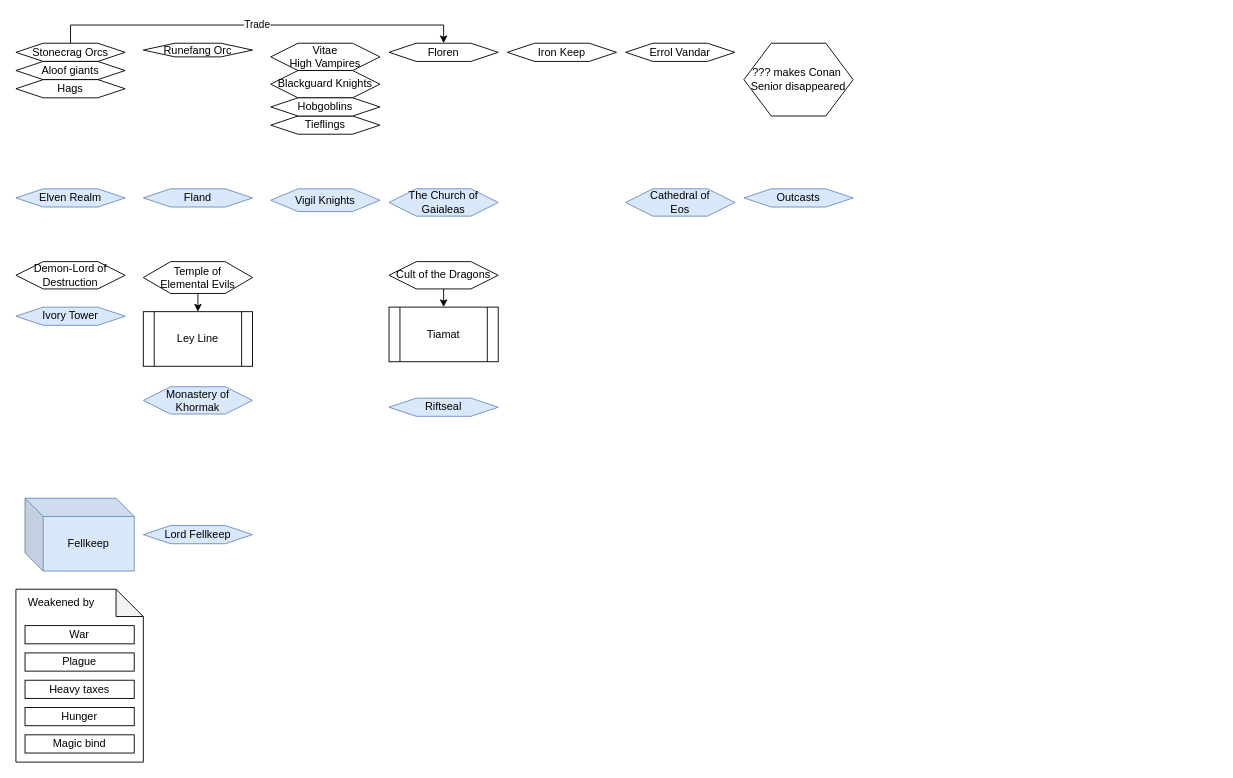
This is Fellkeep.drawio from chrisdianru/DND5e, a draw.io file, before an edit. Source tidied: cells renumbered, new cells numbered last; positions are measured from the earlier drawing's top-left corner, leaving out a move shared by most shapes. Both pictures are drawn from the tidied source at 91%, with x=0, y=0 at pixel (15, 43).
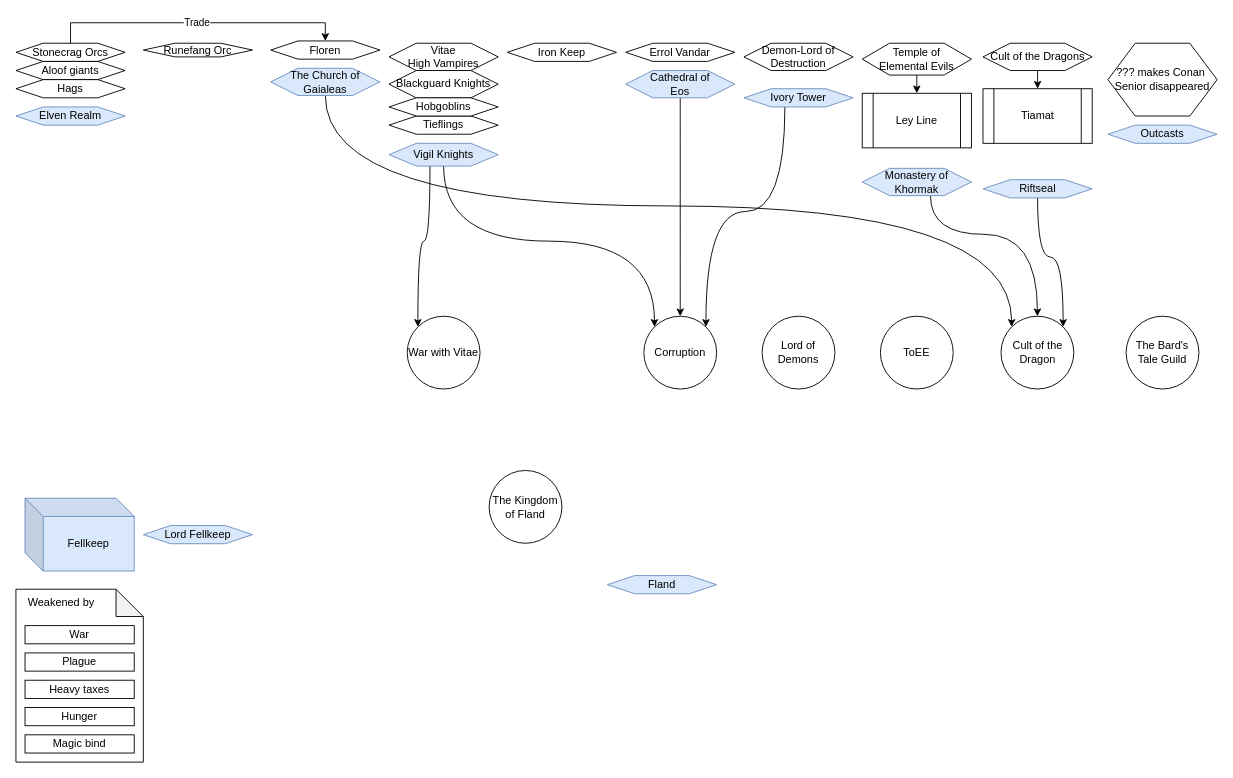
The same diagram, later.

What changed in the source:
```diff
@@
+    <mxCell id="49" style="edgeStyle=orthogonalEdgeStyle;curved=1;rounded=0;jettySize=auto;html=1;exitX=0.625;exitY=1;exitDx=0;exitDy=0;entryX=0.5;entryY=0;entryDx=0;entryDy=0;startArrow=none;startFill=0;" parent="1" edge="1" source="2" target="58">
+      <mxGeometry relative="1" as="geometry">
+        <Array as="points">
+          <mxPoint x="1005" y="210" />
+          <mxPoint x="1123" y="210" />
+        </Array>
+      </mxGeometry>
+    </mxCell>
     <mxCell id="2" value="Monastery of Khormak" style="shape=hexagon;perimeter=hexagonPerimeter2;whiteSpace=wrap;html=1;fillColor=#dae8fc;strokeColor=#6c8ebf;" parent="1" vertex="1">
-      <mxGeometry x="140" y="377.5" width="120" height="30" as="geometry" />
+      <mxGeometry x="930" y="137.5" width="120" height="30" as="geometry" />
     </mxCell>
     <mxCell id="3" value="Demon-Lord of Destruction" style="shape=hexagon;perimeter=hexagonPerimeter2;whiteSpace=wrap;html=1;" parent="1" vertex="1">
-      <mxGeometry y="240" width="120" height="30" as="geometry" />
+      <mxGeometry x="800" width="120" height="30" as="geometry" />
     </mxCell>
@@
+    <mxCell id="50" style="edgeStyle=orthogonalEdgeStyle;curved=1;rounded=0;jettySize=auto;html=1;exitX=0.375;exitY=1;exitDx=0;exitDy=0;entryX=0;entryY=0;entryDx=0;entryDy=0;startArrow=none;startFill=0;" parent="1" edge="1" source="7" target="56">
+      <mxGeometry relative="1" as="geometry" />
+    </mxCell>
+    <mxCell id="51" style="edgeStyle=orthogonalEdgeStyle;curved=1;rounded=0;jettySize=auto;html=1;exitX=0.5;exitY=1;exitDx=0;exitDy=0;entryX=0;entryY=0;entryDx=0;entryDy=0;startArrow=none;startFill=0;" parent="1" edge="1" source="7" target="62">
+      <mxGeometry relative="1" as="geometry" />
+    </mxCell>
     <mxCell id="7" value="Vigil Knights" style="shape=hexagon;perimeter=hexagonPerimeter2;whiteSpace=wrap;html=1;fillColor=#dae8fc;strokeColor=#6c8ebf;" parent="1" vertex="1">
-      <mxGeometry x="280" y="160" width="120" height="25" as="geometry" />
+      <mxGeometry x="410" y="110" width="120" height="25" as="geometry" />
     </mxCell>
     <mxCell id="8" value="Fland" style="shape=hexagon;perimeter=hexagonPerimeter2;whiteSpace=wrap;html=1;fillColor=#dae8fc;strokeColor=#6c8ebf;" parent="1" vertex="1">
-      <mxGeometry x="140" y="160" width="120" height="20" as="geometry" />
+      <mxGeometry x="650" y="585" width="120" height="20" as="geometry" />
     </mxCell>
+    <mxCell id="52" style="edgeStyle=orthogonalEdgeStyle;curved=1;rounded=0;jettySize=auto;html=1;exitX=0.5;exitY=1;exitDx=0;exitDy=0;entryX=1;entryY=0;entryDx=0;entryDy=0;startArrow=none;startFill=0;" parent="1" edge="1" source="9" target="58">
+      <mxGeometry relative="1" as="geometry" />
+    </mxCell>
     <mxCell id="9" value="Riftseal" style="shape=hexagon;perimeter=hexagonPerimeter2;whiteSpace=wrap;html=1;fillColor=#dae8fc;strokeColor=#6c8ebf;" parent="1" vertex="1">
-      <mxGeometry x="410" y="390" width="120" height="20" as="geometry" />
+      <mxGeometry x="1062.7" y="150" width="120" height="20" as="geometry" />
     </mxCell>
     <mxCell id="10" value="Outcasts" style="shape=hexagon;perimeter=hexagonPerimeter2;whiteSpace=wrap;html=1;fillColor=#dae8fc;strokeColor=#6c8ebf;" parent="1" vertex="1">
-      <mxGeometry x="800" y="160" width="120" height="20" as="geometry" />
+      <mxGeometry x="1200" y="90" width="120" height="20" as="geometry" />
     </mxCell>
+    <mxCell id="53" style="edgeStyle=orthogonalEdgeStyle;rounded=0;jettySize=auto;html=1;exitX=0.375;exitY=1;exitDx=0;exitDy=0;entryX=1;entryY=0;entryDx=0;entryDy=0;startArrow=none;startFill=0;curved=1;" parent="1" edge="1" source="11" target="62">
+      <mxGeometry relative="1" as="geometry" />
+    </mxCell>
     <mxCell id="11" value="Ivory Tower" style="shape=hexagon;perimeter=hexagonPerimeter2;whiteSpace=wrap;html=1;fillColor=#dae8fc;strokeColor=#6c8ebf;" parent="1" vertex="1">
-      <mxGeometry y="290" width="120" height="20" as="geometry" />
+      <mxGeometry x="800" y="50" width="120" height="20" as="geometry" />
     </mxCell>
+    <mxCell id="54" style="edgeStyle=orthogonalEdgeStyle;curved=1;rounded=0;jettySize=auto;html=1;exitX=0.5;exitY=1;exitDx=0;exitDy=0;entryX=0;entryY=0;entryDx=0;entryDy=0;startArrow=none;startFill=0;" parent="1" edge="1" source="12" target="58">
+      <mxGeometry relative="1" as="geometry" />
+    </mxCell>
     <mxCell id="12" value="The Church of Gaialeas" style="shape=hexagon;perimeter=hexagonPerimeter2;whiteSpace=wrap;html=1;fillColor=#dae8fc;strokeColor=#6c8ebf;" parent="1" vertex="1">
-      <mxGeometry x="410" y="160" width="120" height="30" as="geometry" />
+      <mxGeometry x="280" y="27.5" width="120" height="30" as="geometry" />
     </mxCell>
@@
+    <mxCell id="55" style="edgeStyle=orthogonalEdgeStyle;curved=1;rounded=0;jettySize=auto;html=1;exitX=0.5;exitY=1;exitDx=0;exitDy=0;entryX=0.5;entryY=0;entryDx=0;entryDy=0;startArrow=none;startFill=0;" parent="1" edge="1" source="14" target="62">
+      <mxGeometry relative="1" as="geometry" />
+    </mxCell>
     <mxCell id="14" value="Cathedral of&lt;br&gt;Eos" style="shape=hexagon;perimeter=hexagonPerimeter2;whiteSpace=wrap;html=1;fillColor=#dae8fc;strokeColor=#6c8ebf;" parent="1" vertex="1">
-      <mxGeometry x="670" y="160" width="120" height="30" as="geometry" />
+      <mxGeometry x="670" y="30" width="120" height="30" as="geometry" />
     </mxCell>
     <mxCell id="15" value="Floren" style="shape=hexagon;perimeter=hexagonPerimeter2;whiteSpace=wrap;html=1;" parent="1" vertex="1">
-      <mxGeometry x="410" width="120" height="20" as="geometry" />
+      <mxGeometry x="280" y="-2.5" width="120" height="20" as="geometry" />
     </mxCell>
@@
     <mxCell id="20" style="group;" parent="1" vertex="1">
-      <mxGeometry x="410" y="240" width="120" height="110" as="geometry" />
+      <mxGeometry x="1062.7" width="120" height="110" as="geometry" />
     </mxCell>
@@
     <mxCell id="37" style="group;" parent="1" vertex="1">
-      <mxGeometry x="140" y="240" width="120" height="115" as="geometry" />
+      <mxGeometry x="930" width="120" height="115" as="geometry" />
     </mxCell>
@@
     <mxCell id="41" value="Tieflings" style="shape=hexagon;perimeter=hexagonPerimeter2;whiteSpace=wrap;html=1;" parent="1" vertex="1">
-      <mxGeometry x="280" y="80" width="120" height="20" as="geometry" />
+      <mxGeometry x="410" y="80" width="120" height="20" as="geometry" />
     </mxCell>
     <mxCell id="42" style="group;" parent="1" vertex="1">
-      <mxGeometry x="280" width="120" height="80" as="geometry" />
+      <mxGeometry x="410" width="120" height="80" as="geometry" />
     </mxCell>
@@
     <mxCell id="47" value="Elven Realm" style="shape=hexagon;perimeter=hexagonPerimeter2;whiteSpace=wrap;html=1;fillColor=#dae8fc;strokeColor=#6c8ebf;" parent="1" vertex="1">
-      <mxGeometry y="160" width="120" height="20" as="geometry" />
+      <mxGeometry y="70" width="120" height="20" as="geometry" />
     </mxCell>
     <mxCell id="48" value="??? makes Conan&amp;nbsp;&lt;br&gt;Senior disappeared" style="shape=hexagon;perimeter=hexagonPerimeter2;whiteSpace=wrap;html=1;" parent="1" vertex="1">
-      <mxGeometry x="800" width="120" height="80" as="geometry" />
+      <mxGeometry x="1200" width="120" height="80" as="geometry" />
     </mxCell>
+    <mxCell id="56" value="War with Vitae" style="ellipse;whiteSpace=wrap;html=1;" parent="1" vertex="1">
+      <mxGeometry x="430" y="300" width="80" height="80" as="geometry" />
+    </mxCell>
+    <mxCell id="57" value="The Kingdom of Fland" style="ellipse;whiteSpace=wrap;html=1;" parent="1" vertex="1">
+      <mxGeometry x="520" y="469.5" width="80" height="80" as="geometry" />
+    </mxCell>
+    <mxCell id="58" value="Cult of the Dragon" style="ellipse;whiteSpace=wrap;html=1;" parent="1" vertex="1">
+      <mxGeometry x="1082.5" y="300" width="80" height="80" as="geometry" />
+    </mxCell>
+    <mxCell id="59" value="The Bard's Tale Guild" style="ellipse;whiteSpace=wrap;html=1;" parent="1" vertex="1">
+      <mxGeometry x="1220" y="300" width="80" height="80" as="geometry" />
+    </mxCell>
+    <mxCell id="60" value="ToEE" style="ellipse;whiteSpace=wrap;html=1;" parent="1" vertex="1">
+      <mxGeometry x="950" y="300" width="80" height="80" as="geometry" />
+    </mxCell>
+    <mxCell id="61" value="Lord of Demons" style="ellipse;whiteSpace=wrap;html=1;" parent="1" vertex="1">
+      <mxGeometry x="820" y="300" width="80" height="80" as="geometry" />
+    </mxCell>
+    <mxCell id="62" value="Corruption" style="ellipse;whiteSpace=wrap;html=1;" parent="1" vertex="1">
+      <mxGeometry x="690" y="300" width="80" height="80" as="geometry" />
+    </mxCell>
```
